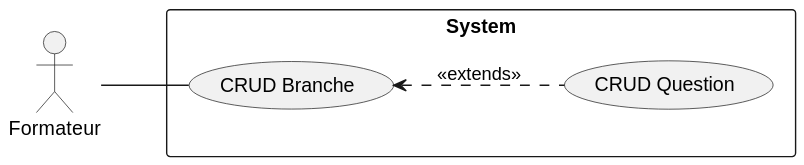
Earlier version of the PlantUML export docs/assets/img/Sprint_1.svg (Suirita/14.UI_UX). Source of this version:
```plantuml
@startuml
left to right direction
actor "Formateur" as fr
rectangle System {
  usecase "CRUD Branche" as UC1
  usecase "CRUD Question" as UC2
}
fr -- UC1
UC1 <.. UC2 : <<extends>>
@enduml
```
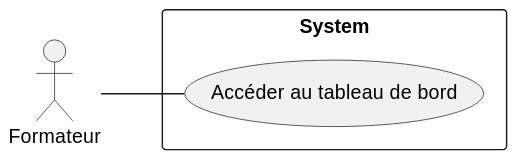
Later version of the same file.

Change to the diagram source:
```diff
@@ -2,9 +2,7 @@
 left to right direction
 actor "Formateur" as fr
 rectangle System {
-  usecase "CRUD Branche" as UC1
-  usecase "CRUD Question" as UC2
+  usecase "Accéder au tableau de bord" as UC1
 }
 fr -- UC1
-UC1 <.. UC2 : <<extends>>
 @enduml
```
